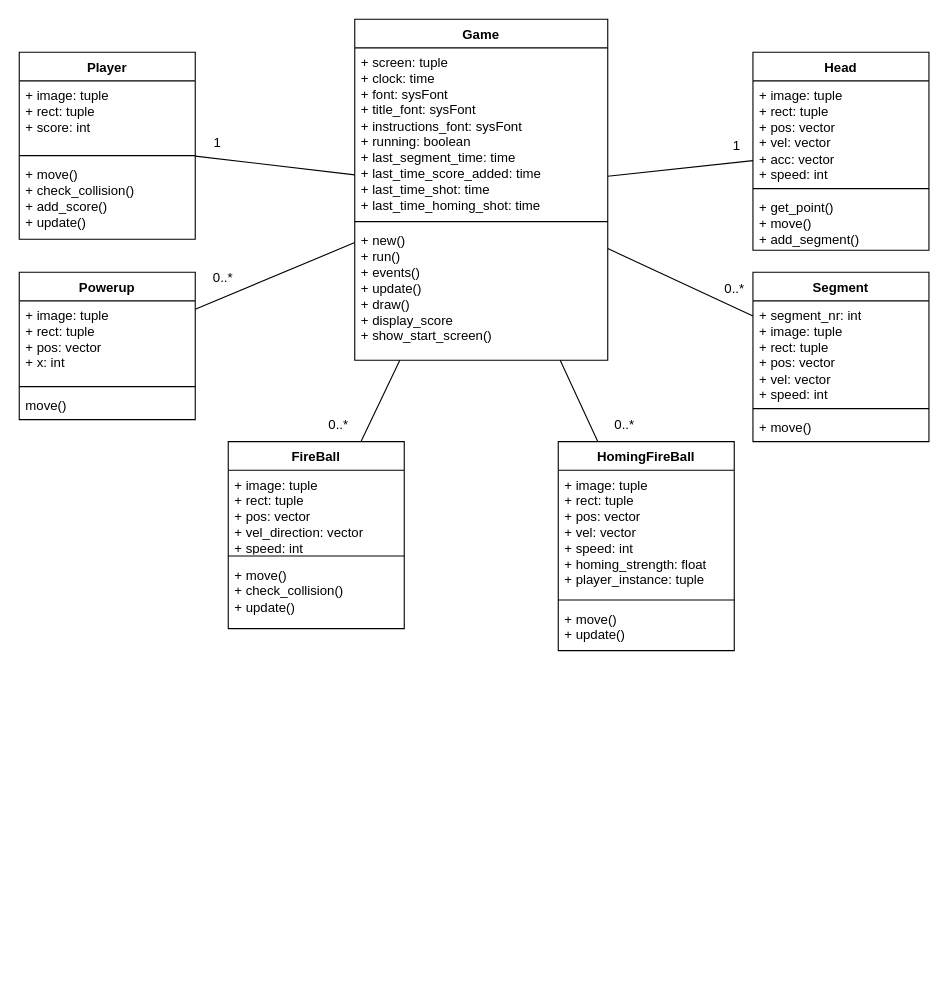
Earlier version of the draw.io diagram UML-Diagram/Serpiente-UML.drawio (DanielHolmen/Serpiente-de-fuego). Source tidied: cells renumbered, new cells numbered last; positions are measured from the earlier drawing's top-left corner, leaving out a move shared by most shapes. Both pictures are drawn from the tidied source at 110%, with x=0, y=0 at pixel (19, 19).
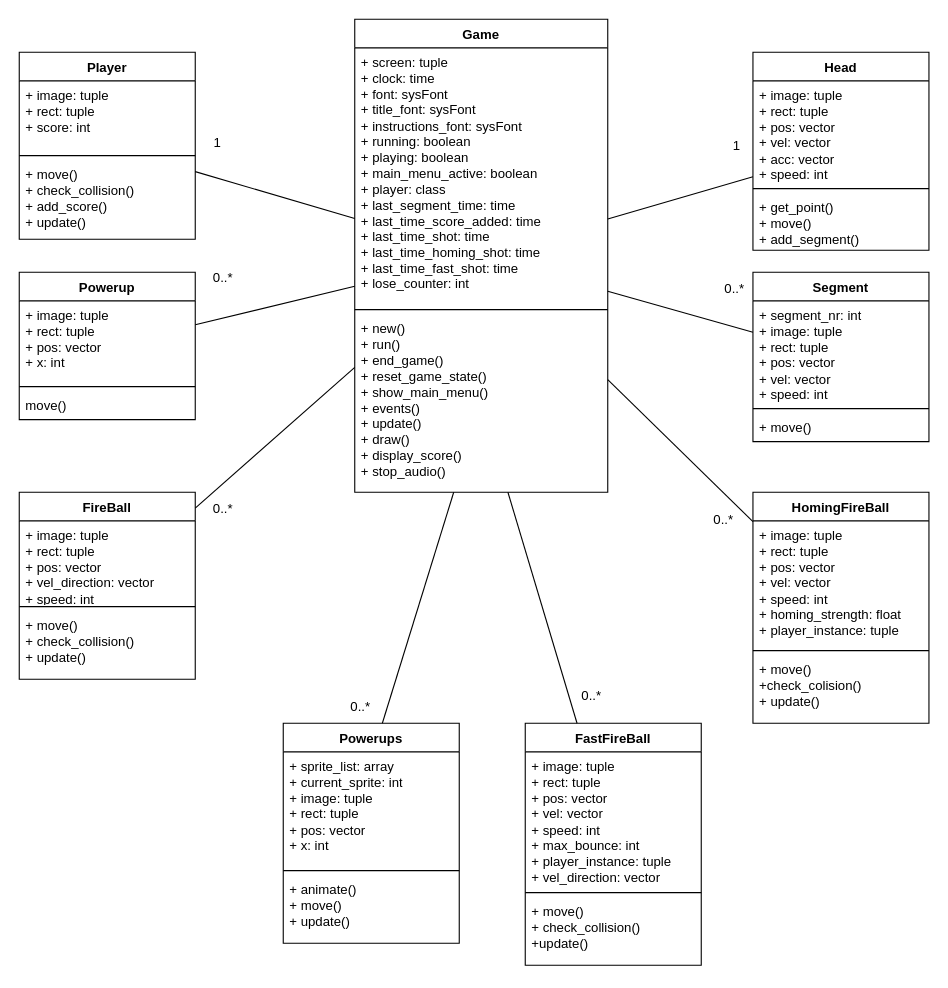
Above is the later version.

Commit message:
Oppdatert UML

What changed in the source:
```diff
@@
     <mxCell id="2" value="Game" style="swimlane;fontStyle=1;align=center;verticalAlign=top;horizontal=1;startSize=26;whiteSpace=wrap;html=1;" parent="1" vertex="1">
-      <mxGeometry x="305" width="230" height="310" as="geometry" />
+      <mxGeometry x="305" width="230" height="430" as="geometry" />
     </mxCell>
-    <mxCell id="3" value="+ screen: tuple&lt;br&gt;+ clock: time&lt;br&gt;+ font: sysFont&lt;br&gt;+ title_font: sysFont&lt;br&gt;+ instructions_font: sysFont&lt;br&gt;+ running: boolean&lt;br&gt;+ last_segment_time: time&lt;br&gt;+ last_time_score_added: time&lt;br&gt;+ last_time_shot: time&lt;br&gt;+ last_time_homing_shot: time" style="text;strokeColor=none;fillColor=none;align=left;verticalAlign=top;spacingLeft=4;spacingRight=4;overflow=hidden;whiteSpace=wrap;html=1;" parent="2" vertex="1">
-      <mxGeometry y="26" width="230" height="154" as="geometry" />
+    <mxCell id="3" value="+ screen: tuple&lt;br&gt;+ clock: time&lt;br&gt;+ font: sysFont&lt;br&gt;+ title_font: sysFont&lt;br&gt;+ instructions_font: sysFont&lt;br&gt;+ running: boolean&lt;br&gt;+ playing: boolean&lt;br&gt;+ main_menu_active: boolean&lt;br&gt;+ player: class&lt;br&gt;+ last_segment_time: time&lt;br&gt;+ last_time_score_added: time&lt;br&gt;+ last_time_shot: time&lt;br&gt;+ last_time_homing_shot: time&lt;br&gt;+ last_time_fast_shot: time&lt;br&gt;+ lose_counter: int" style="text;strokeColor=none;fillColor=none;align=left;verticalAlign=top;spacingLeft=4;spacingRight=4;overflow=hidden;whiteSpace=wrap;html=1;" parent="2" vertex="1">
+      <mxGeometry y="26" width="230" height="234" as="geometry" />
     </mxCell>
     <mxCell id="4" style="line;strokeWidth=1;fillColor=none;align=left;verticalAlign=middle;spacingTop=-1;spacingLeft=3;spacingRight=3;labelPosition=right;strokeColor=inherit;" parent="2" vertex="1">
-      <mxGeometry y="180" width="230" height="8" as="geometry" />
+      <mxGeometry y="260" width="230" height="8" as="geometry" />
     </mxCell>
-    <mxCell id="5" value="+ new()&lt;br&gt;+ run()&lt;br&gt;+ events()&lt;br&gt;+ update()&lt;br&gt;+ draw()&lt;br&gt;+ display_score&lt;br&gt;+ show_start_screen()" style="text;strokeColor=none;fillColor=none;align=left;verticalAlign=top;spacingLeft=4;spacingRight=4;overflow=hidden;points=[[0,0.5],[1,0.5]];portConstraint=eastwest;whiteSpace=wrap;html=1;" parent="2" vertex="1">
-      <mxGeometry y="188" width="230" height="122" as="geometry" />
+    <mxCell id="5" value="+ new()&lt;br&gt;+ run()&lt;br&gt;+ end_game()&lt;br&gt;+ reset_game_state()&lt;br&gt;+ show_main_menu()&lt;br&gt;+ events()&lt;br&gt;+ update()&lt;br&gt;+ draw()&lt;br&gt;+ display_score()&lt;br&gt;+ stop_audio()" style="text;strokeColor=none;fillColor=none;align=left;verticalAlign=top;spacingLeft=4;spacingRight=4;overflow=hidden;points=[[0,0.5],[1,0.5]];portConstraint=eastwest;whiteSpace=wrap;html=1;" parent="2" vertex="1">
+      <mxGeometry y="268" width="230" height="162" as="geometry" />
     </mxCell>
@@
     <mxCell id="18" value="FireBall" style="swimlane;fontStyle=1;align=center;verticalAlign=top;horizontal=1;startSize=26;whiteSpace=wrap;html=1;" parent="1" vertex="1">
-      <mxGeometry x="190" y="384" width="160" height="170" as="geometry" />
+      <mxGeometry y="430" width="160" height="170" as="geometry" />
     </mxCell>
@@
     <mxCell id="22" value="HomingFireBall" style="swimlane;fontStyle=1;align=center;verticalAlign=top;horizontal=1;startSize=26;whiteSpace=wrap;html=1;" parent="1" vertex="1">
-      <mxGeometry x="490" y="384" width="160" height="190" as="geometry" />
+      <mxGeometry x="667" y="430" width="160" height="210" as="geometry" />
     </mxCell>
@@
-    <mxCell id="25" value="+ move()&lt;br&gt;+ update()" style="text;strokeColor=none;fillColor=none;align=left;verticalAlign=top;spacingLeft=4;spacingRight=4;overflow=hidden;whiteSpace=wrap;html=1;" parent="22" vertex="1">
-      <mxGeometry y="148" width="160" height="42" as="geometry" />
+    <mxCell id="25" value="+ move()&lt;br&gt;+check_colision()&lt;br&gt;+ update()" style="text;strokeColor=none;fillColor=none;align=left;verticalAlign=top;spacingLeft=4;spacingRight=4;overflow=hidden;whiteSpace=wrap;html=1;" parent="22" vertex="1">
+      <mxGeometry y="148" width="160" height="62" as="geometry" />
     </mxCell>
@@
     <mxCell id="38" value="0..*" style="text;html=1;align=center;verticalAlign=middle;strokeColor=none;fillColor=none;" parent="1" vertex="1">
-      <mxGeometry x="270" y="354" width="40" height="30" as="geometry" />
+      <mxGeometry x="165" y="430" width="40" height="30" as="geometry" />
     </mxCell>
     <mxCell id="39" value="0..*" style="text;html=1;align=center;verticalAlign=middle;strokeColor=none;fillColor=none;" parent="1" vertex="1">
-      <mxGeometry x="530" y="354" width="40" height="30" as="geometry" />
+      <mxGeometry x="620" y="440" width="40" height="30" as="geometry" />
     </mxCell>
@@
+    <mxCell id="42" value="FastFireBall" style="swimlane;fontStyle=1;align=center;verticalAlign=top;horizontal=1;startSize=26;whiteSpace=wrap;html=1;" parent="1" vertex="1">
+      <mxGeometry x="460" y="640" width="160" height="220" as="geometry" />
+    </mxCell>
+    <mxCell id="43" value="+ image: tuple&lt;br&gt;+ rect: tuple&lt;br&gt;+ pos: vector&lt;br&gt;+ vel: vector&lt;br&gt;+ speed: int&lt;br&gt;+ max_bounce: int&lt;br&gt;+ player_instance: tuple&lt;br&gt;+ vel_direction: vector" style="text;strokeColor=none;fillColor=none;align=left;verticalAlign=top;spacingLeft=4;spacingRight=4;overflow=hidden;whiteSpace=wrap;html=1;" parent="42" vertex="1">
+      <mxGeometry y="26" width="160" height="124" as="geometry" />
+    </mxCell>
+    <mxCell id="44" style="line;strokeWidth=1;fillColor=none;align=left;verticalAlign=middle;spacingTop=-1;spacingLeft=3;spacingRight=3;labelPosition=right;strokeColor=inherit;" parent="42" vertex="1">
+      <mxGeometry y="150" width="160" height="8" as="geometry" />
+    </mxCell>
+    <mxCell id="45" value="+ move()&lt;br&gt;+ check_collision()&lt;br&gt;+update()" style="text;strokeColor=none;fillColor=none;align=left;verticalAlign=top;spacingLeft=4;spacingRight=4;overflow=hidden;whiteSpace=wrap;html=1;" parent="42" vertex="1">
+      <mxGeometry y="158" width="160" height="62" as="geometry" />
+    </mxCell>
+    <mxCell id="46" style="endArrow=none;html=1;rounded=0;" parent="1" edge="1" source="42" target="5">
+      <mxGeometry relative="1" as="geometry" />
+    </mxCell>
+    <mxCell id="47" value="Powerups" style="swimlane;fontStyle=1;align=center;verticalAlign=top;horizontal=1;startSize=26;whiteSpace=wrap;html=1;" parent="1" vertex="1">
+      <mxGeometry x="240" y="640" width="160" height="200" as="geometry" />
+    </mxCell>
+    <mxCell id="48" value="+ sprite_list: array&lt;br&gt;+ current_sprite: int&lt;br&gt;+ image: tuple&lt;br&gt;+ rect: tuple&lt;br&gt;+ pos: vector&lt;br&gt;+ x: int" style="text;strokeColor=none;fillColor=none;align=left;verticalAlign=top;spacingLeft=4;spacingRight=4;overflow=hidden;whiteSpace=wrap;html=1;" parent="47" vertex="1">
+      <mxGeometry y="26" width="160" height="104" as="geometry" />
+    </mxCell>
+    <mxCell id="49" style="line;strokeWidth=1;fillColor=none;align=left;verticalAlign=middle;spacingTop=-1;spacingLeft=3;spacingRight=3;labelPosition=right;strokeColor=inherit;" parent="47" vertex="1">
+      <mxGeometry y="130" width="160" height="8" as="geometry" />
+    </mxCell>
+    <mxCell id="50" value="+ animate()&lt;br&gt;+ move()&lt;br&gt;+ update()" style="text;strokeColor=none;fillColor=none;align=left;verticalAlign=top;spacingLeft=4;spacingRight=4;overflow=hidden;whiteSpace=wrap;html=1;" parent="47" vertex="1">
+      <mxGeometry y="138" width="160" height="62" as="geometry" />
+    </mxCell>
+    <mxCell id="51" style="endArrow=none;html=1;rounded=0;exitX=0.563;exitY=0;exitDx=0;exitDy=0;exitPerimeter=0;" parent="1" edge="1" source="47" target="5">
+      <mxGeometry relative="1" as="geometry" />
+    </mxCell>
+    <mxCell id="52" value="0..*" style="text;html=1;align=center;verticalAlign=middle;strokeColor=none;fillColor=none;" parent="1" vertex="1">
+      <mxGeometry x="290" y="610" width="40" height="30" as="geometry" />
+    </mxCell>
+    <mxCell id="53" value="0..*" style="text;html=1;align=center;verticalAlign=middle;strokeColor=none;fillColor=none;" parent="1" vertex="1">
+      <mxGeometry x="500" y="600" width="40" height="30" as="geometry" />
+    </mxCell>
```
